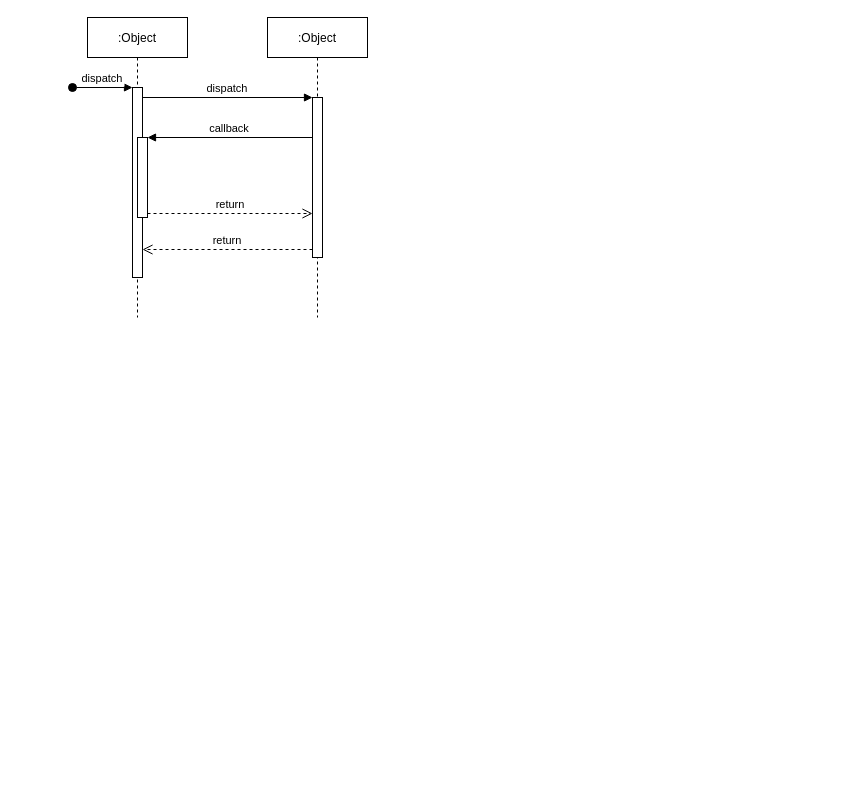
Earlier version of the draw.io diagram 客户端日志上报ELK顺序图.drawio (milletzhu/datasource). Source tidied: cells renumbered, new cells numbered last; positions are measured from the earlier drawing's top-left corner, leaving out a move shared by most shapes. Both pictures are drawn from the tidied source at 100%, with x=0, y=0 at pixel (72, 17).
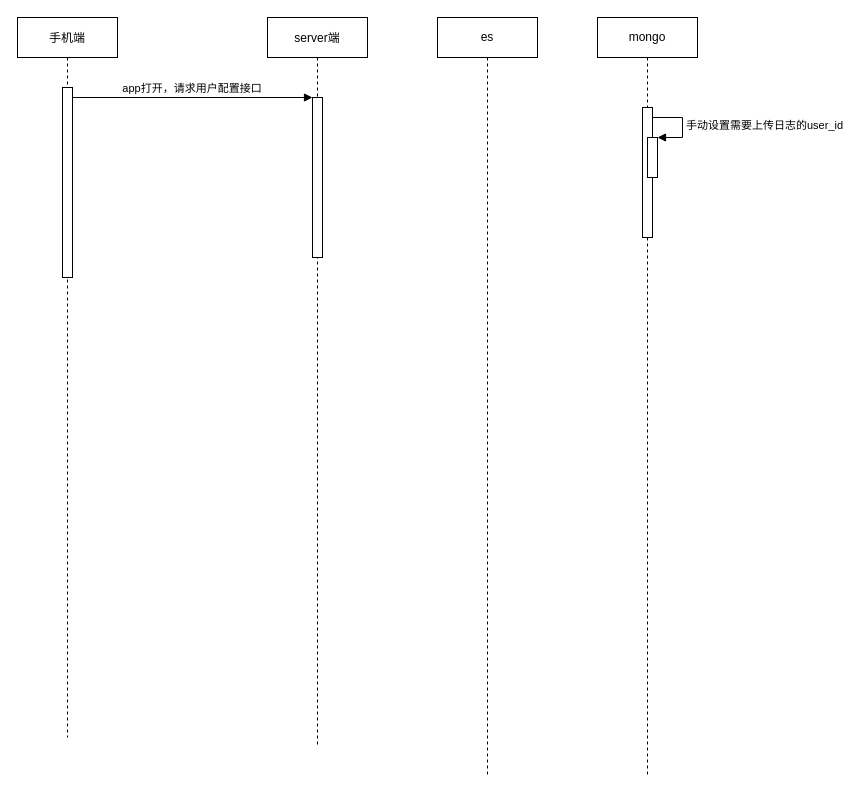
The same diagram, later.

Commit message (it also covers changes not shown here):
更新客户端日志上报ELK顺序图.drawio

What changed in the source:
```diff
@@
 <mxGraphModel>
   <root>
     <mxCell id="0" />
     <mxCell id="1" parent="0" />
-    <mxCell id="2" value=":Object" style="shape=umlLifeline;perimeter=lifelinePerimeter;rounded=0;shadow=0;strokeWidth=1;" parent="1" vertex="1">
-      <mxGeometry x="15" width="100" height="300" as="geometry" />
+    <mxCell id="2" value="手机端" style="shape=umlLifeline;perimeter=lifelinePerimeter;rounded=0;shadow=0;strokeWidth=1;" parent="1" vertex="1">
+      <mxGeometry x="-55" width="100" height="720" as="geometry" />
     </mxCell>
     <mxCell id="3" style="points=[];perimeter=orthogonalPerimeter;rounded=0;shadow=0;strokeWidth=1;" parent="2" vertex="1">
       <mxGeometry x="45" y="70" width="10" height="190" as="geometry" />
     </mxCell>
-    <mxCell id="4" value="dispatch" style="verticalAlign=bottom;startArrow=oval;endArrow=block;startSize=8;shadow=0;strokeWidth=1;" parent="2" edge="1" target="3">
-      <mxGeometry relative="1" as="geometry">
-        <mxPoint x="-15" y="70" as="sourcePoint" />
-      </mxGeometry>
-    </mxCell>
-    <mxCell id="5" style="points=[];perimeter=orthogonalPerimeter;rounded=0;shadow=0;strokeWidth=1;" parent="2" vertex="1">
-      <mxGeometry x="50" y="120" width="10" height="80" as="geometry" />
-    </mxCell>
-    <mxCell id="6" value=":Object" style="shape=umlLifeline;perimeter=lifelinePerimeter;rounded=0;shadow=0;strokeWidth=1;" parent="1" vertex="1">
-      <mxGeometry x="195" width="100" height="300" as="geometry" />
+    <mxCell id="6" value="server端" style="shape=umlLifeline;perimeter=lifelinePerimeter;rounded=0;shadow=0;strokeWidth=1;" parent="1" vertex="1">
+      <mxGeometry x="195" width="100" height="730" as="geometry" />
     </mxCell>
     <mxCell id="7" style="points=[];perimeter=orthogonalPerimeter;rounded=0;shadow=0;strokeWidth=1;" parent="6" vertex="1">
       <mxGeometry x="45" y="80" width="10" height="160" as="geometry" />
     </mxCell>
-    <mxCell id="8" value="return" style="verticalAlign=bottom;endArrow=open;dashed=1;endSize=8;exitX=0;exitY=0.95;shadow=0;strokeWidth=1;" parent="1" edge="1" source="7" target="3">
-      <mxGeometry relative="1" as="geometry" />
-    </mxCell>
-    <mxCell id="9" value="dispatch" style="verticalAlign=bottom;endArrow=block;entryX=0;entryY=0;shadow=0;strokeWidth=1;" parent="1" edge="1" source="3" target="7">
+    <mxCell id="9" value="app打开，请求用户配置接口" style="verticalAlign=bottom;endArrow=block;entryX=0;entryY=0;shadow=0;strokeWidth=1;" parent="1" edge="1" source="3" target="7">
       <mxGeometry relative="1" as="geometry" />
     </mxCell>
-    <mxCell id="10" value="callback" style="verticalAlign=bottom;endArrow=block;entryX=1;entryY=0;shadow=0;strokeWidth=1;" parent="1" edge="1" source="7" target="5">
-      <mxGeometry relative="1" as="geometry" />
-    </mxCell>
-    <mxCell id="11" value="return" style="verticalAlign=bottom;endArrow=open;dashed=1;endSize=8;exitX=1;exitY=0.95;shadow=0;strokeWidth=1;" parent="1" edge="1" source="5" target="7">
-      <mxGeometry relative="1" as="geometry" />
-    </mxCell>
+    <mxCell id="12" value="es" style="shape=umlLifeline;perimeter=lifelinePerimeter;whiteSpace=wrap;html=1;" parent="1" vertex="1">
+      <mxGeometry x="365" width="100" height="760" as="geometry" />
+    </mxCell>
+    <mxCell id="13" value="mongo" style="shape=umlLifeline;perimeter=lifelinePerimeter;whiteSpace=wrap;html=1;" parent="1" vertex="1">
+      <mxGeometry x="525" width="100" height="760" as="geometry" />
+    </mxCell>
+    <mxCell id="14" style="html=1;perimeter=orthogonalPerimeter;" parent="13" vertex="1">
+      <mxGeometry x="45" y="90" width="10" height="130" as="geometry" />
+    </mxCell>
+    <mxCell id="15" style="html=1;points=[];perimeter=orthogonalPerimeter;" parent="13" vertex="1">
+      <mxGeometry x="50" y="120" width="10" height="40" as="geometry" />
+    </mxCell>
+    <mxCell id="16" value="手动设置需要上传日志的user_id" style="edgeStyle=orthogonalEdgeStyle;html=1;align=left;spacingLeft=2;endArrow=block;rounded=0;entryX=1;entryY=0;" parent="13" edge="1" target="15">
+      <mxGeometry relative="1" as="geometry">
+        <mxPoint x="55" y="100" as="sourcePoint" />
+        <Array as="points">
+          <mxPoint x="85" y="100" />
+        </Array>
+      </mxGeometry>
+    </mxCell>
   </root>
 </mxGraphModel>
```
